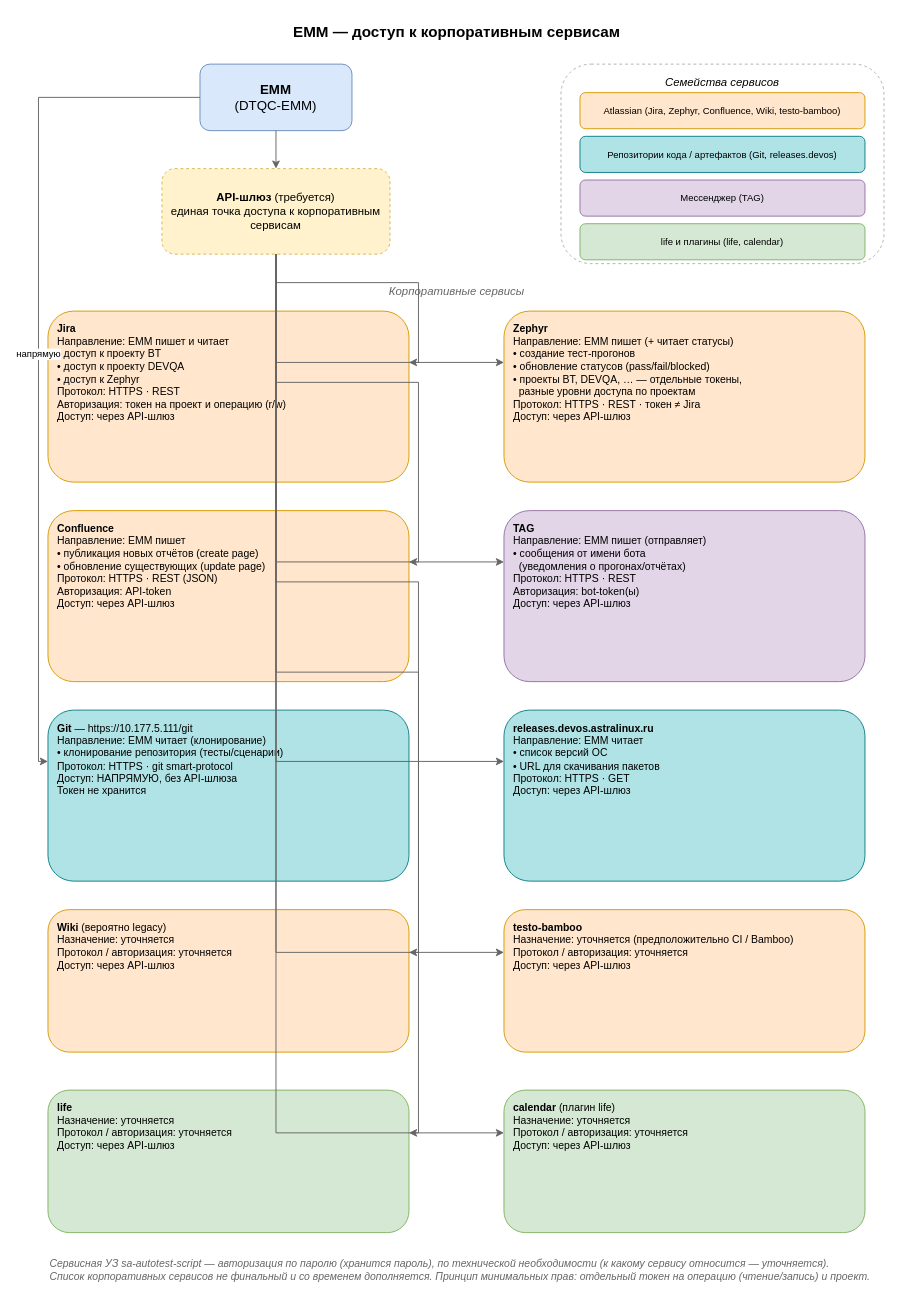
The draw.io diagram dbos_server_service/diagrams/external-integrations.drawio in N2OCaKeS/stress_test, before the edit. Source tidied: cells renumbered, new cells numbered last; positions are measured from the earlier drawing's top-left corner, leaving out a move shared by most shapes. Both pictures are drawn from the tidied source at 95%, with x=0, y=0 at pixel (28, 16).
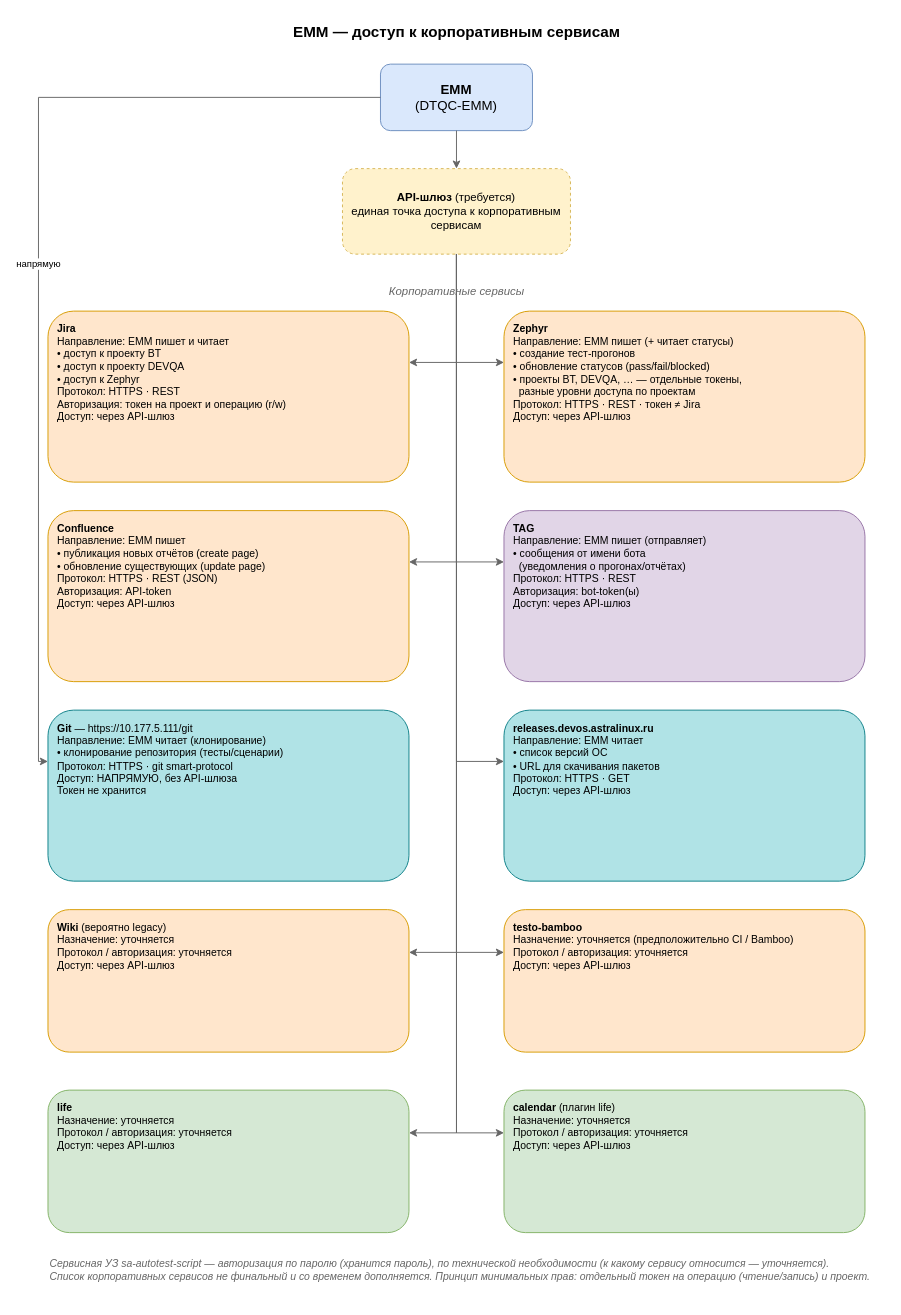
The same page after the edit.

Commit message:
remove family legend, center EMM and gateway

Diff of the diagram source:
```diff
@@
     <mxCell id="3" value="&lt;b&gt;EMM&lt;/b&gt;&lt;br&gt;(DTQC-EMM)" style="rounded=1;whiteSpace=wrap;html=1;fillColor=#dae8fc;strokeColor=#6c8ebf;fontSize=14;" parent="1" vertex="1">
-      <mxGeometry x="180" y="50" width="160" height="70" as="geometry" />
+      <mxGeometry x="370" y="50" width="160" height="70" as="geometry" />
     </mxCell>
     <mxCell id="4" value="&lt;b&gt;API-шлюз&lt;/b&gt; (требуется)&lt;br&gt;единая точка доступа к корпоративным сервисам" style="rounded=1;whiteSpace=wrap;html=1;fillColor=#fff2cc;strokeColor=#d6b656;dashed=1;fontSize=12;" parent="1" vertex="1">
-      <mxGeometry x="140" y="160" width="240" height="90" as="geometry" />
+      <mxGeometry x="330" y="160" width="240" height="90" as="geometry" />
     </mxCell>
-    <mxCell id="5" value="Семейства сервисов" style="rounded=1;whiteSpace=wrap;html=1;fillColor=none;strokeColor=#b0b0b0;verticalAlign=top;align=center;spacingTop=6;fontStyle=2;dashed=1;" parent="1" vertex="1">
-      <mxGeometry x="560" y="50" width="340" height="210" as="geometry" />
-    </mxCell>
-    <mxCell id="6" value="Atlassian (Jira, Zephyr, Confluence, Wiki, testo-bamboo)" style="rounded=1;whiteSpace=wrap;html=1;fillColor=#ffe6cc;strokeColor=#d79b00;fontSize=10;" parent="1" vertex="1">
-      <mxGeometry x="580" y="80" width="300" height="38" as="geometry" />
-    </mxCell>
-    <mxCell id="7" value="Репозитории кода / артефактов (Git, releases.devos)" style="rounded=1;whiteSpace=wrap;html=1;fillColor=#b0e3e6;strokeColor=#0e8088;fontSize=10;" parent="1" vertex="1">
-      <mxGeometry x="580" y="126" width="300" height="38" as="geometry" />
-    </mxCell>
-    <mxCell id="8" value="Мессенджер (TAG)" style="rounded=1;whiteSpace=wrap;html=1;fillColor=#e1d5e7;strokeColor=#9673a6;fontSize=10;" parent="1" vertex="1">
-      <mxGeometry x="580" y="172" width="300" height="38" as="geometry" />
-    </mxCell>
-    <mxCell id="9" value="life и плагины (life, calendar)" style="rounded=1;whiteSpace=wrap;html=1;fillColor=#d5e8d4;strokeColor=#82b366;fontSize=10;" parent="1" vertex="1">
-      <mxGeometry x="580" y="218" width="300" height="38" as="geometry" />
-    </mxCell>
```
